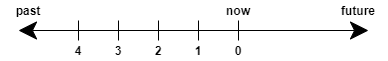
This is images/sampling-timeline.png from performancecopilot/pcp, a draw.io export, as it was before one commit. Source tidied: cells renumbered, new cells last; positions are measured from the earlier drawing's top-left corner, leaving out a move shared by most shapes.
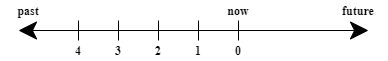
The same file after the commit.

Change to the diagram source:
```diff
@@ -2,64 +2,64 @@
   <root>
     <mxCell id="0" />
     <mxCell id="1" parent="0" />
-    <mxCell id="2" style="endArrow=classic;startArrow=classic;html=1;endSize=16;startSize=16;fontStyle=1;" parent="1" edge="1">
+    <mxCell id="2" style="endArrow=classic;startArrow=classic;html=1;endSize=16;startSize=16;fontStyle=1;fontFamily=Sans;" parent="1" edge="1">
       <mxGeometry relative="1" as="geometry">
         <mxPoint x="10" y="30" as="sourcePoint" />
         <mxPoint x="360" y="30" as="targetPoint" />
       </mxGeometry>
     </mxCell>
-    <mxCell id="3" style="endArrow=none;html=1;fontStyle=1;jumpSize=6;" parent="1" edge="1">
+    <mxCell id="3" style="endArrow=none;html=1;fontStyle=1;jumpSize=6;fontFamily=Sans;" parent="1" edge="1">
       <mxGeometry relative="1" as="geometry">
         <mxPoint x="70" y="40" as="sourcePoint" />
         <mxPoint x="70" y="20" as="targetPoint" />
       </mxGeometry>
     </mxCell>
-    <mxCell id="4" style="endArrow=none;html=1;fontStyle=1;jumpSize=6;" parent="1" edge="1">
+    <mxCell id="4" style="endArrow=none;html=1;fontStyle=1;jumpSize=6;fontFamily=Sans;" parent="1" edge="1">
       <mxGeometry relative="1" as="geometry">
         <mxPoint x="110" y="40" as="sourcePoint" />
         <mxPoint x="110" y="20" as="targetPoint" />
       </mxGeometry>
     </mxCell>
-    <mxCell id="5" style="endArrow=none;html=1;fontStyle=1;jumpSize=6;" parent="1" edge="1">
+    <mxCell id="5" style="endArrow=none;html=1;fontStyle=1;jumpSize=6;fontFamily=Sans;" parent="1" edge="1">
       <mxGeometry relative="1" as="geometry">
         <mxPoint x="230" y="40" as="sourcePoint" />
         <mxPoint x="230" y="20" as="targetPoint" />
       </mxGeometry>
     </mxCell>
-    <mxCell id="6" style="endArrow=none;html=1;fontStyle=1;jumpSize=6;" parent="1" edge="1">
+    <mxCell id="6" style="endArrow=none;html=1;fontStyle=1;jumpSize=6;fontFamily=Sans;" parent="1" edge="1">
       <mxGeometry relative="1" as="geometry">
         <mxPoint x="190" y="40" as="sourcePoint" />
         <mxPoint x="190" y="20" as="targetPoint" />
       </mxGeometry>
     </mxCell>
-    <mxCell id="7" style="endArrow=none;html=1;fontStyle=1;jumpSize=6;" parent="1" edge="1">
+    <mxCell id="7" style="endArrow=none;html=1;fontStyle=1;jumpSize=6;fontFamily=Sans;" parent="1" edge="1">
       <mxGeometry relative="1" as="geometry">
         <mxPoint x="150" y="40" as="sourcePoint" />
         <mxPoint x="150" y="20" as="targetPoint" />
       </mxGeometry>
     </mxCell>
-    <mxCell id="8" value="past" style="text;html=1;strokeColor=none;fillColor=none;align=center;verticalAlign=middle;whiteSpace=wrap;rounded=0;fontStyle=1;" parent="1" vertex="1">
+    <mxCell id="8" value="past" style="text;html=1;strokeColor=none;fillColor=none;align=center;verticalAlign=middle;whiteSpace=wrap;rounded=0;fontStyle=1;fontFamily=Sans;" parent="1" vertex="1">
       <mxGeometry width="40" height="20" as="geometry" />
     </mxCell>
-    <mxCell id="9" value="now" style="text;html=1;strokeColor=none;fillColor=none;align=center;verticalAlign=middle;whiteSpace=wrap;rounded=0;fontStyle=1;" parent="1" vertex="1">
+    <mxCell id="9" value="now" style="text;html=1;strokeColor=none;fillColor=none;align=center;verticalAlign=middle;whiteSpace=wrap;rounded=0;fontStyle=1;fontFamily=Sans;" parent="1" vertex="1">
       <mxGeometry x="210" width="40" height="20" as="geometry" />
     </mxCell>
-    <mxCell id="10" value="future" style="text;html=1;strokeColor=none;fillColor=none;align=center;verticalAlign=middle;whiteSpace=wrap;rounded=0;fontStyle=1;" parent="1" vertex="1">
+    <mxCell id="10" value="future" style="text;html=1;strokeColor=none;fillColor=none;align=center;verticalAlign=middle;whiteSpace=wrap;rounded=0;fontStyle=1;fontFamily=Sans;" parent="1" vertex="1">
       <mxGeometry x="330" width="40" height="20" as="geometry" />
     </mxCell>
-    <mxCell id="11" value="4" style="text;html=1;strokeColor=none;fillColor=none;align=center;verticalAlign=middle;whiteSpace=wrap;rounded=0;fontStyle=1;" parent="1" vertex="1">
+    <mxCell id="11" value="4" style="text;html=1;strokeColor=none;fillColor=none;align=center;verticalAlign=middle;whiteSpace=wrap;rounded=0;fontStyle=1;fontFamily=Sans;" parent="1" vertex="1">
       <mxGeometry x="50" y="40" width="40" height="20" as="geometry" />
     </mxCell>
-    <mxCell id="12" value="3" style="text;html=1;strokeColor=none;fillColor=none;align=center;verticalAlign=middle;whiteSpace=wrap;rounded=0;fontStyle=1;" parent="1" vertex="1">
+    <mxCell id="12" value="3" style="text;html=1;strokeColor=none;fillColor=none;align=center;verticalAlign=middle;whiteSpace=wrap;rounded=0;fontStyle=1;fontFamily=Sans;" parent="1" vertex="1">
       <mxGeometry x="90" y="40" width="40" height="20" as="geometry" />
     </mxCell>
-    <mxCell id="13" value="2" style="text;html=1;strokeColor=none;fillColor=none;align=center;verticalAlign=middle;whiteSpace=wrap;rounded=0;fontStyle=1;" parent="1" vertex="1">
+    <mxCell id="13" value="2" style="text;html=1;strokeColor=none;fillColor=none;align=center;verticalAlign=middle;whiteSpace=wrap;rounded=0;fontStyle=1;fontFamily=Sans;" parent="1" vertex="1">
       <mxGeometry x="130" y="40" width="40" height="20" as="geometry" />
     </mxCell>
-    <mxCell id="14" value="1" style="text;html=1;strokeColor=none;fillColor=none;align=center;verticalAlign=middle;whiteSpace=wrap;rounded=0;fontStyle=1;" parent="1" vertex="1">
+    <mxCell id="14" value="1" style="text;html=1;strokeColor=none;fillColor=none;align=center;verticalAlign=middle;whiteSpace=wrap;rounded=0;fontStyle=1;fontFamily=Sans;" parent="1" vertex="1">
       <mxGeometry x="170" y="40" width="40" height="20" as="geometry" />
     </mxCell>
-    <mxCell id="15" value="0" style="text;html=1;strokeColor=none;fillColor=none;align=center;verticalAlign=middle;whiteSpace=wrap;rounded=0;fontStyle=1;" parent="1" vertex="1">
+    <mxCell id="15" value="0" style="text;html=1;strokeColor=none;fillColor=none;align=center;verticalAlign=middle;whiteSpace=wrap;rounded=0;fontStyle=1;fontFamily=Sans;" parent="1" vertex="1">
       <mxGeometry x="210" y="40" width="40" height="20" as="geometry" />
     </mxCell>
   </root>
```
